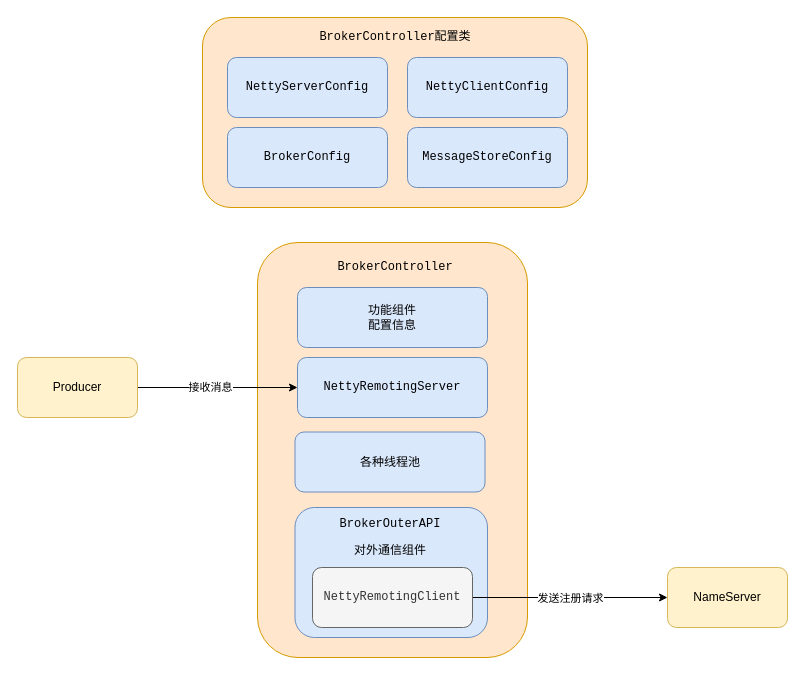
erlieStar/diagrams keeps this draw.io diagram as rocketmq/broker各种组件的作用.drawio. Above is the earlier version. Source tidied: cells renumbered, new cells numbered last; positions are measured from the earlier drawing's top-left corner, leaving out a move shared by most shapes. Both pictures are drawn from the tidied source at 100%, with x=0, y=0 at pixel (17, 17).
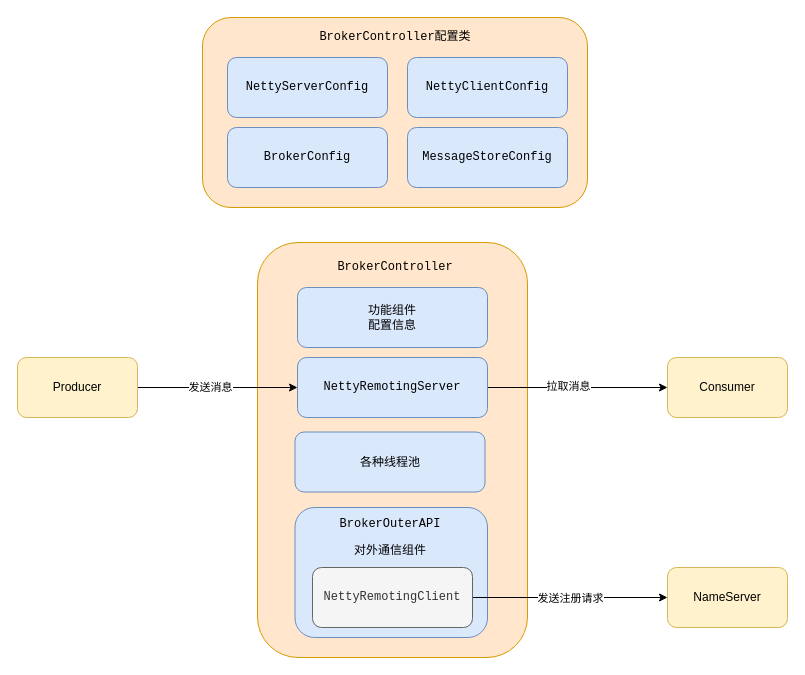
The same diagram, later.

Commit message:
Update broker各种组件的作用.drawio

The change refers to these unchanged cells:
```xml
<mxCell id="11" value="&lt;pre&gt;NettyRemotingServer&lt;/pre&gt;" style="rounded=1;whiteSpace=wrap;html=1;fillColor=#dae8fc;strokeColor=#6c8ebf;" parent="1" vertex="1">
  <mxGeometry x="280" y="340" width="190" height="60" as="geometry" />
</mxCell>
<mxCell id="19" style="edgeStyle=orthogonalEdgeStyle;rounded=0;jettySize=auto;html=1;exitX=1;exitY=0.5;exitDx=0;exitDy=0;entryX=0;entryY=0.5;entryDx=0;entryDy=0;" parent="1" edge="1" source="21" target="11">
  <mxGeometry relative="1" as="geometry" />
</mxCell>
```

What changed in the source:
```diff
@@
+    <mxCell id="22" style="edgeStyle=orthogonalEdgeStyle;rounded=0;jettySize=auto;html=1;exitX=1;exitY=0.5;exitDx=0;exitDy=0;entryX=0;entryY=0.5;entryDx=0;entryDy=0;" parent="1" edge="1" source="11" target="24">
+      <mxGeometry relative="1" as="geometry" />
+    </mxCell>
+    <mxCell id="23" value="拉取消息" style="edgeLabel;html=1;align=center;verticalAlign=middle;" parent="22" vertex="1">
+      <mxGeometry x="-0.11" y="2" relative="1" as="geometry" />
+    </mxCell>
@@
-    <mxCell id="20" value="接收消息" style="edgeLabel;html=1;align=center;verticalAlign=middle;" parent="19" vertex="1">
+    <mxCell id="20" value="发送消息" style="edgeLabel;html=1;align=center;verticalAlign=middle;" parent="19" vertex="1">
       <mxGeometry x="-0.1" y="1" relative="1" as="geometry" />
     </mxCell>
@@
+    <mxCell id="24" value="Consumer" style="rounded=1;whiteSpace=wrap;html=1;fillColor=#fff2cc;strokeColor=#d6b656;" parent="1" vertex="1">
+      <mxGeometry x="650" y="340" width="120" height="60" as="geometry" />
+    </mxCell>
```
